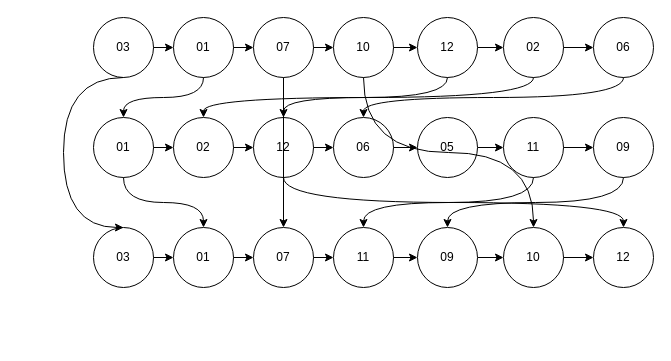
Before: network.drawio in roleecorn/drawio, a draw.io diagram. Source tidied: cells renumbered, new cells numbered last; positions are measured from the earlier drawing's top-left corner, leaving out a move shared by most shapes. Both pictures are drawn from the tidied source at 100%, with x=0, y=0 at pixel (63, 17).
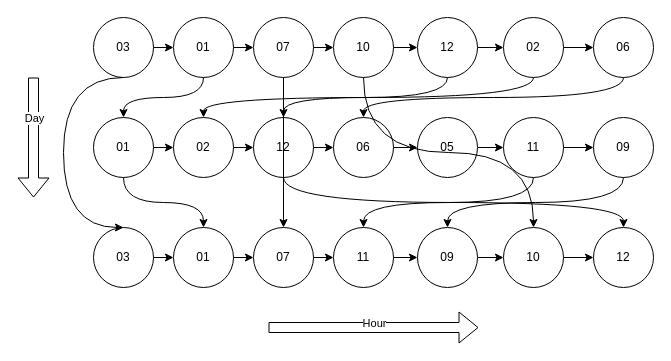
After the change.

The edit, as a diff of the source:
```diff
@@
+    <mxCell id="55" style="shape=flexArrow;endArrow=classic;html=1;rounded=0;" parent="1" edge="1">
+      <mxGeometry relative="1" as="geometry">
+        <mxPoint x="-30" y="60" as="sourcePoint" />
+        <mxPoint x="-30" y="180" as="targetPoint" />
+      </mxGeometry>
+    </mxCell>
+    <mxCell id="56" value="Day" style="edgeLabel;html=1;align=center;verticalAlign=middle;" parent="55" vertex="1">
+      <mxGeometry x="-0.33" relative="1" as="geometry" />
+    </mxCell>
+    <mxCell id="57" style="shape=flexArrow;endArrow=classic;html=1;rounded=0;" parent="1" edge="1">
+      <mxGeometry relative="1" as="geometry">
+        <mxPoint x="205" y="310" as="sourcePoint" />
+        <mxPoint x="415" y="310" as="targetPoint" />
+      </mxGeometry>
+    </mxCell>
+    <mxCell id="58" value="Hour" style="edgeLabel;html=1;align=center;verticalAlign=middle;" parent="57" vertex="1">
+      <mxGeometry y="5" relative="1" as="geometry" />
+    </mxCell>
```
